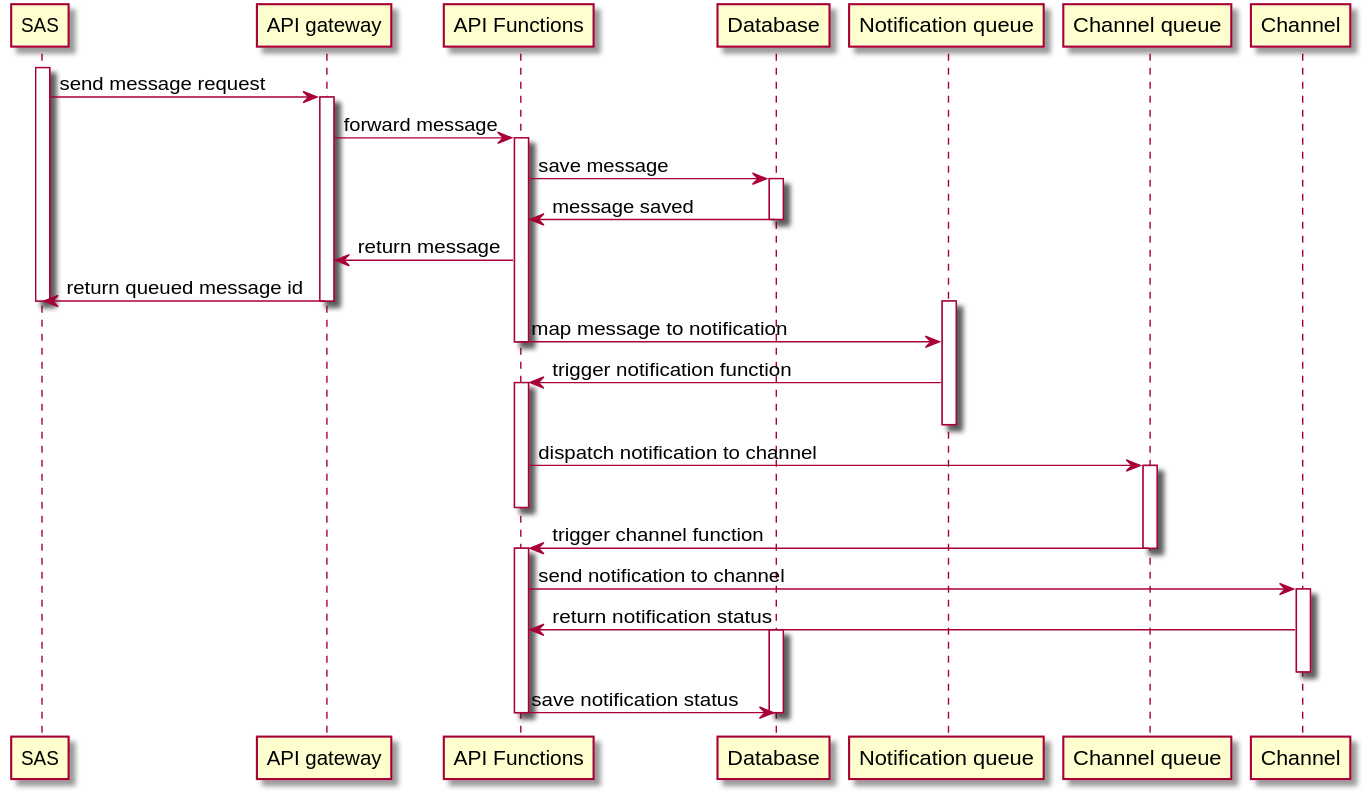
Earlier version of the PlantUML export docs/assets/send-message-seq.svg (pagopa-archive/io).
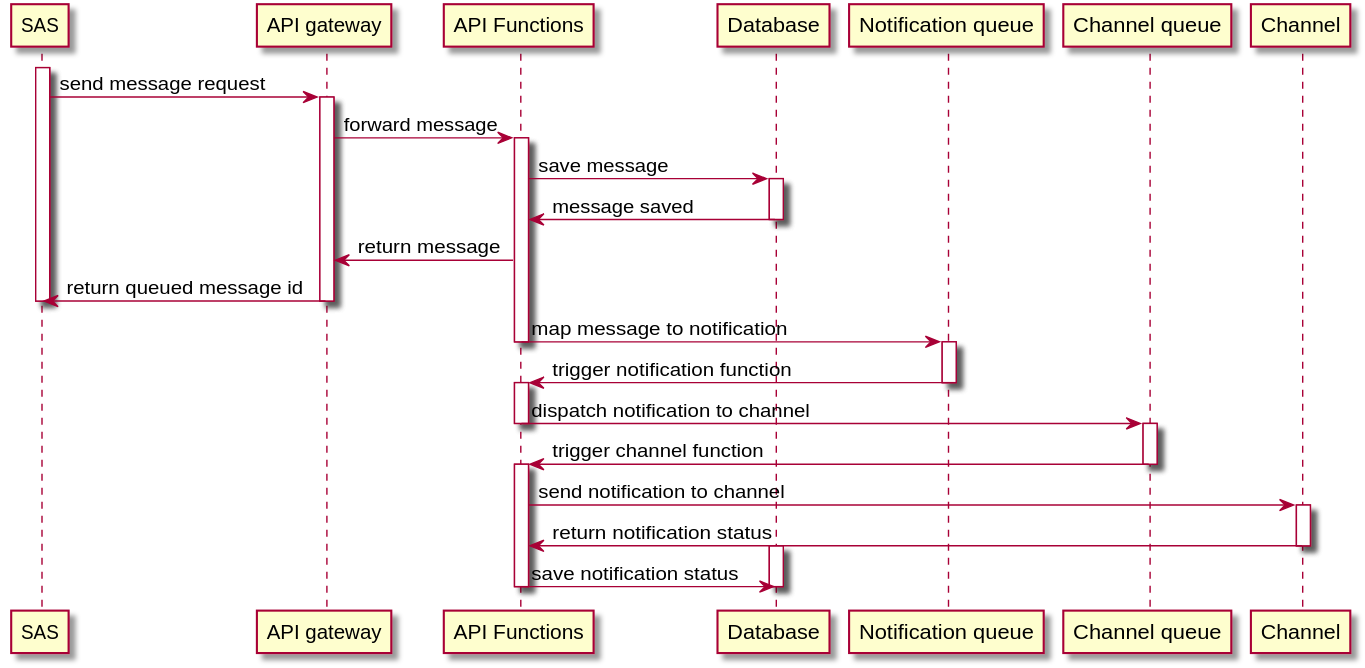
The same file after the commit.

Commit message:
fix: sequence diagram review

Diff of the diagram source:
```diff
@@ -12,23 +12,23 @@
 "API gateway" -> "SAS": return queued message id
 deactivate "API gateway"
 deactivate SAS
-activate "Notification queue"
 "API Functions" -> "Notification queue": map message to notification
 deactivate "API Functions"
+activate "Notification queue"
 "Notification queue" -> "API Functions": trigger notification function
+deactivate "Notification queue"
 activate "API Functions"
-deactivate "Notification queue"
 "API Functions" -> "Channel queue": dispatch notification to channel
+deactivate "API Functions"
 activate "Channel queue"
-deactivate "API Functions"
 "Channel queue" -> "API Functions": trigger channel function
 deactivate "Channel queue"
 activate "API Functions"
 "API Functions" -> "Channel": send notification to channel
 activate "Channel"
 "Channel" -> "API Functions": return notification status
+deactivate "Channel"
 activate "Database"
-deactivate "Channel"
 "API Functions" -> "Database": save notification status
 deactivate "API Functions"
 deactivate "Database"
```
